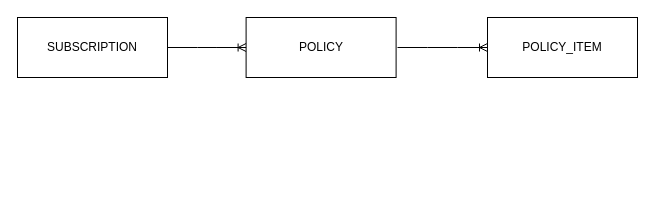
Before: Policy_DB_Design.drawio in ndhcoder/my-configs, a draw.io diagram. Source tidied: cells renumbered, new cells numbered last; positions are measured from the earlier drawing's top-left corner, leaving out a move shared by most shapes. Both pictures are drawn from the tidied source at 100%, with x=0, y=0 at pixel (17, 17).
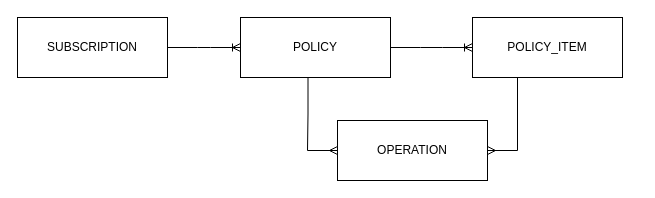
After the change.

The edit, as a diff of the source:
```diff
@@
 <mxGraphModel>
   <root>
     <mxCell id="0" />
     <mxCell id="1" parent="0" />
     <mxCell id="2" value="SUBSCRIPTION" style="whiteSpace=wrap;html=1;align=center;" parent="1" vertex="1">
       <mxGeometry width="150" height="60" as="geometry" />
     </mxCell>
     <mxCell id="3" value="POLICY" style="whiteSpace=wrap;html=1;align=center;" parent="1" vertex="1">
-      <mxGeometry x="228.6" width="150" height="60" as="geometry" />
+      <mxGeometry x="223" width="150" height="60" as="geometry" />
     </mxCell>
     <mxCell id="4" value="POLICY_ITEM" style="whiteSpace=wrap;html=1;align=center;" parent="1" vertex="1">
-      <mxGeometry x="470" width="150" height="60" as="geometry" />
+      <mxGeometry x="455" width="150" height="60" as="geometry" />
     </mxCell>
     <mxCell id="5" style="edgeStyle=entityRelationEdgeStyle;fontSize=12;html=1;endArrow=ERoneToMany;rounded=0;exitX=1;exitY=0.5;exitDx=0;exitDy=0;entryX=0;entryY=0.5;entryDx=0;entryDy=0;" parent="1" edge="1" source="2" target="3">
       <mxGeometry relative="1" as="geometry" />
     </mxCell>
-    <mxCell id="6" style="edgeStyle=entityRelationEdgeStyle;fontSize=12;html=1;endArrow=ERoneToMany;rounded=0;" parent="1" edge="1" target="4">
-      <mxGeometry relative="1" as="geometry">
-        <mxPoint x="380" y="30" as="sourcePoint" />
-      </mxGeometry>
+    <mxCell id="6" style="edgeStyle=entityRelationEdgeStyle;fontSize=12;html=1;endArrow=ERoneToMany;rounded=0;exitX=1;exitY=0.5;exitDx=0;exitDy=0;" parent="1" edge="1" source="3" target="4">
+      <mxGeometry relative="1" as="geometry" />
     </mxCell>
+    <mxCell id="7" value="OPERATION" style="whiteSpace=wrap;html=1;align=center;" parent="1" vertex="1">
+      <mxGeometry x="320" y="103" width="150" height="60" as="geometry" />
+    </mxCell>
+    <mxCell id="8" style="edgeStyle=entityRelationEdgeStyle;fontSize=12;html=1;endArrow=ERmany;rounded=0;entryX=1;entryY=0.5;entryDx=0;entryDy=0;exitX=0.5;exitY=1;exitDx=0;exitDy=0;" parent="1" edge="1" source="4" target="7">
+      <mxGeometry relative="1" as="geometry" />
+    </mxCell>
+    <mxCell id="9" style="edgeStyle=entityRelationEdgeStyle;fontSize=12;html=1;endArrow=ERmany;rounded=0;entryX=0;entryY=0.5;entryDx=0;entryDy=0;exitX=0.25;exitY=1;exitDx=0;exitDy=0;" parent="1" edge="1" source="3" target="7">
+      <mxGeometry relative="1" as="geometry" />
+    </mxCell>
   </root>
 </mxGraphModel>
```
